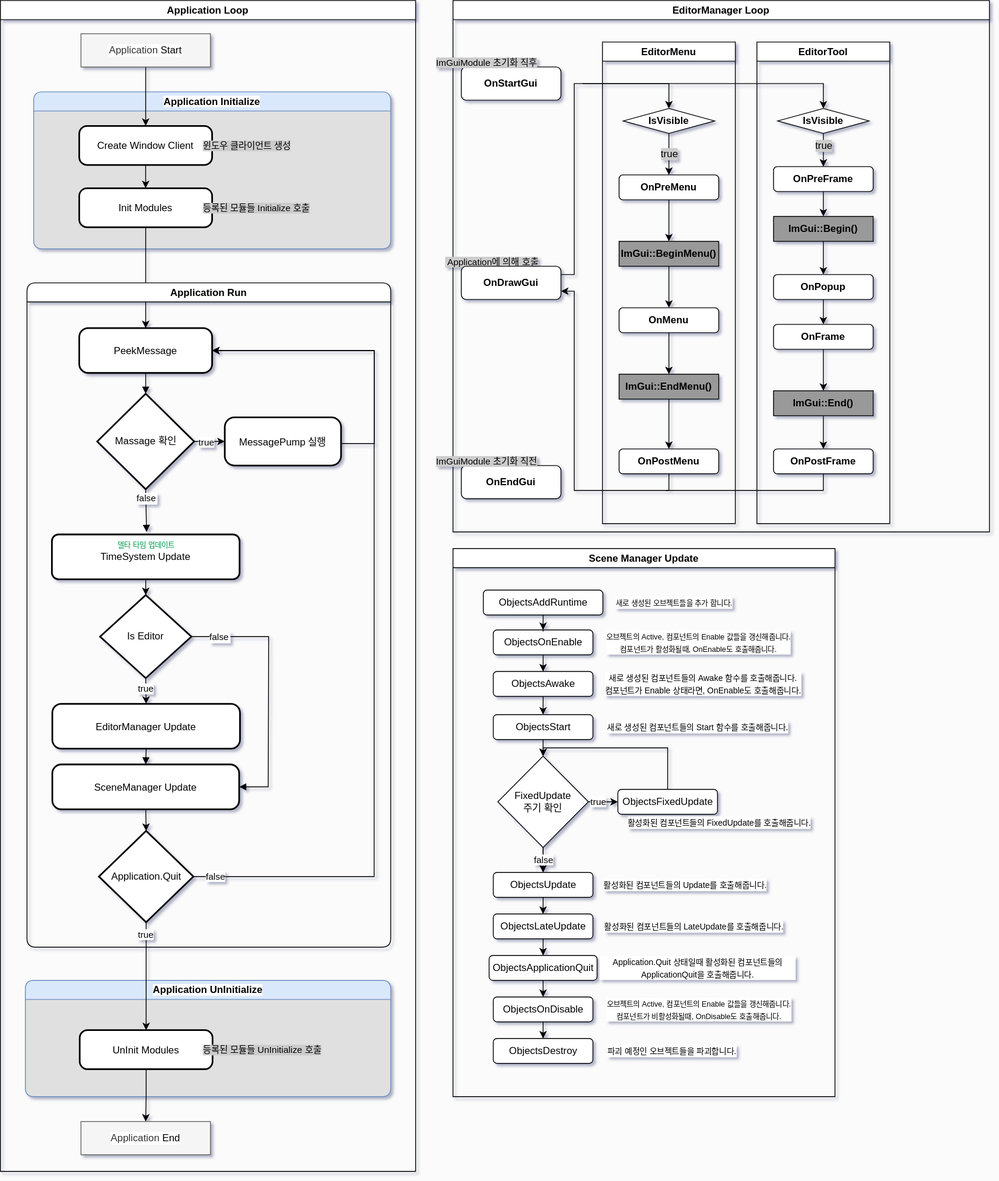
Earlier version of the draw.io export Diagram/GameEngineFlowChart.drawio.svg (Scarecrow37/VanishingGround). Source tidied: cells renumbered, new cells last; positions are measured from the earlier drawing's top-left corner, leaving out a move shared by most shapes.
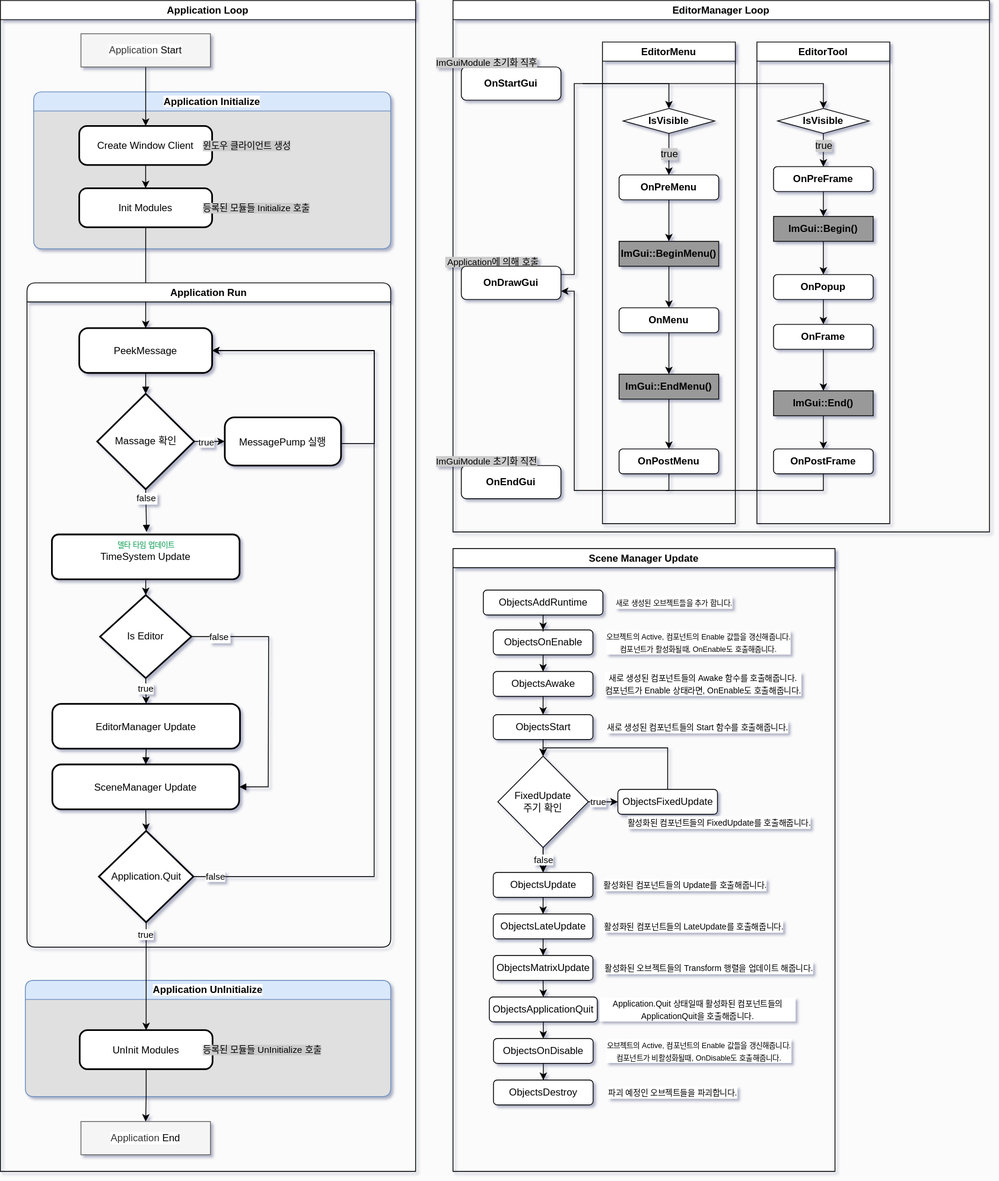
The same file after the commit.

The edit, as a diff of the source:
```diff
@@ -3,7 +3,7 @@
     <mxCell id="0" />
     <mxCell id="1" parent="0" />
     <mxCell id="2" value="Scene Manager Update" style="swimlane;whiteSpace=wrap;html=1;labelBackgroundColor=default;" parent="1" vertex="1">
-      <mxGeometry x="545" y="660" width="460" height="660" as="geometry" />
+      <mxGeometry x="545" y="660" width="460" height="750" as="geometry" />
     </mxCell>
     <mxCell id="3" style="edgeStyle=orthogonalEdgeStyle;rounded=0;jettySize=auto;html=1;entryX=0.5;entryY=0;entryDx=0;entryDy=0;" parent="2" edge="1" source="4" target="8">
       <mxGeometry relative="1" as="geometry" />
@@ -52,9 +52,9 @@
     <mxCell id="16" value="ObjectsUpdate" style="rounded=1;whiteSpace=wrap;html=1;labelBackgroundColor=default;" parent="2" vertex="1">
       <mxGeometry x="48.5" y="390" width="120" height="30" as="geometry" />
     </mxCell>
-    <mxCell id="17" style="edgeStyle=orthogonalEdgeStyle;rounded=0;jettySize=auto;html=1;labelBackgroundColor=default;" parent="2" edge="1" source="18" target="20">
-      <mxGeometry relative="1" as="geometry" />
-    </mxCell>
+    <mxCell id="115" style="edgeStyle=orthogonalEdgeStyle;rounded=0;jettySize=auto;html=1;" parent="2" edge="1" source="18" target="117">
+      <mxGeometry relative="1" as="geometry" />
+    </mxCell>
     <mxCell id="18" value="ObjectsLateUpdate" style="rounded=1;whiteSpace=wrap;html=1;labelBackgroundColor=default;" parent="2" vertex="1">
       <mxGeometry x="48.5" y="440" width="120" height="30" as="geometry" />
     </mxCell>
@@ -62,7 +62,7 @@
       <mxGeometry relative="1" as="geometry" />
     </mxCell>
     <mxCell id="20" value="ObjectsApplicationQuit" style="rounded=1;whiteSpace=wrap;html=1;labelBackgroundColor=default;" parent="2" vertex="1">
-      <mxGeometry x="43.5" y="490" width="130" height="30" as="geometry" />
+      <mxGeometry x="43.8" y="540" width="130" height="30" as="geometry" />
     </mxCell>
     <mxCell id="21" value="&lt;font size=&quot;1&quot;&gt;새로 생성된 컴포넌트들의 Awake 함수를 호출해줍니다.&lt;/font&gt;&lt;div&gt;&lt;font size=&quot;1&quot;&gt;컴포넌트가 Enable 상태라면, OnEnable도 호출해줍니다.&lt;/font&gt;&lt;/div&gt;" style="text;html=1;align=center;verticalAlign=middle;whiteSpace=wrap;rounded=0;labelBackgroundColor=default;" parent="2" vertex="1">
       <mxGeometry x="173.2" y="148" width="257" height="30" as="geometry" />
@@ -74,7 +74,7 @@
       <mxGeometry x="158.5" y="200" width="271.5" height="30" as="geometry" />
     </mxCell>
     <mxCell id="24" value="&lt;font style=&quot;font-size: 9px;&quot;&gt;오브젝트의 Active, 컴포넌트의 Enable 값들을 갱신해줍니다.&lt;/font&gt;&lt;div&gt;&lt;font style=&quot;font-size: 9px;&quot;&gt;컴포넌트가 비활성화될때, OnDisable도 호출해줍니다.&lt;/font&gt;&lt;/div&gt;" style="text;html=1;align=center;verticalAlign=middle;whiteSpace=wrap;rounded=0;labelBackgroundColor=default;" parent="2" vertex="1">
-      <mxGeometry x="163" y="540" width="267" height="30" as="geometry" />
+      <mxGeometry x="163.2" y="590" width="267" height="30" as="geometry" />
     </mxCell>
     <mxCell id="25" value="&lt;span style=&quot;font-size: x-small;&quot;&gt;활성화된 컴포넌트들의 Update를 호출해줍니다.&lt;/span&gt;" style="text;html=1;align=center;verticalAlign=middle;whiteSpace=wrap;rounded=0;labelBackgroundColor=default;" parent="2" vertex="1">
       <mxGeometry x="158.5" y="390" width="241.5" height="30" as="geometry" />
@@ -95,20 +95,29 @@
       <mxGeometry relative="1" as="geometry" />
     </mxCell>
     <mxCell id="31" value="ObjectsOnDisable" style="rounded=1;whiteSpace=wrap;html=1;labelBackgroundColor=default;" parent="2" vertex="1">
-      <mxGeometry x="48.5" y="540" width="120" height="30" as="geometry" />
+      <mxGeometry x="48.8" y="590" width="120" height="30" as="geometry" />
     </mxCell>
     <mxCell id="32" value="&lt;font size=&quot;1&quot;&gt;Application.Quit 상태일때&amp;nbsp;&lt;/font&gt;&lt;span style=&quot;font-size: x-small;&quot;&gt;활성화된 컴포넌트들의 ApplicationQuit을 호출해줍니다.&lt;/span&gt;" style="text;html=1;align=center;verticalAlign=middle;whiteSpace=wrap;rounded=0;labelBackgroundColor=default;" parent="2" vertex="1">
-      <mxGeometry x="176" y="490" width="237.5" height="30" as="geometry" />
+      <mxGeometry x="176.2" y="540" width="237.5" height="30" as="geometry" />
     </mxCell>
     <mxCell id="33" value="&lt;font size=&quot;1&quot;&gt;파괴 예정인 오브젝트들을 파괴합니다.&lt;/font&gt;" style="text;html=1;align=center;verticalAlign=middle;whiteSpace=wrap;rounded=0;labelBackgroundColor=default;" parent="2" vertex="1">
-      <mxGeometry x="173.2" y="590" width="182" height="30" as="geometry" />
+      <mxGeometry x="173.5" y="640" width="182" height="30" as="geometry" />
     </mxCell>
     <mxCell id="34" value="ObjectsDestroy" style="rounded=1;whiteSpace=wrap;html=1;labelBackgroundColor=default;" parent="2" vertex="1">
-      <mxGeometry x="48.5" y="590" width="120" height="30" as="geometry" />
+      <mxGeometry x="48.8" y="640" width="120" height="30" as="geometry" />
     </mxCell>
     <mxCell id="35" value="&lt;font size=&quot;1&quot;&gt;활성화된 컴포넌트들의 FixedUpdate를 호출해줍니다.&lt;/font&gt;" style="text;html=1;align=center;verticalAlign=middle;whiteSpace=wrap;rounded=0;labelBackgroundColor=default;" parent="2" vertex="1">
       <mxGeometry x="195" y="315" width="251.5" height="30" as="geometry" />
     </mxCell>
+    <mxCell id="116" style="edgeStyle=orthogonalEdgeStyle;rounded=0;jettySize=auto;html=1;exitX=0.5;exitY=1;exitDx=0;exitDy=0;entryX=0.5;entryY=0;entryDx=0;entryDy=0;" parent="2" edge="1" source="117" target="20">
+      <mxGeometry relative="1" as="geometry" />
+    </mxCell>
+    <mxCell id="117" value="ObjectsMatrixUpdate" style="rounded=1;whiteSpace=wrap;html=1;labelBackgroundColor=default;" parent="2" vertex="1">
+      <mxGeometry x="48.5" y="490" width="120" height="30" as="geometry" />
+    </mxCell>
+    <mxCell id="118" value="&lt;span style=&quot;font-size: x-small;&quot;&gt;활성화된 오브젝트들의 Transform 행렬을 업데이트 해줍니다.&lt;/span&gt;" style="text;html=1;align=center;verticalAlign=middle;whiteSpace=wrap;rounded=0;labelBackgroundColor=default;" parent="2" vertex="1">
+      <mxGeometry x="163.2" y="490" width="291.2" height="30" as="geometry" />
+    </mxCell>
     <mxCell id="36" value="EditorManager Loop" style="swimlane;whiteSpace=wrap;html=1;labelBackgroundColor=none;" parent="1" vertex="1">
       <mxGeometry x="545" width="646" height="640" as="geometry" />
     </mxCell>
```
